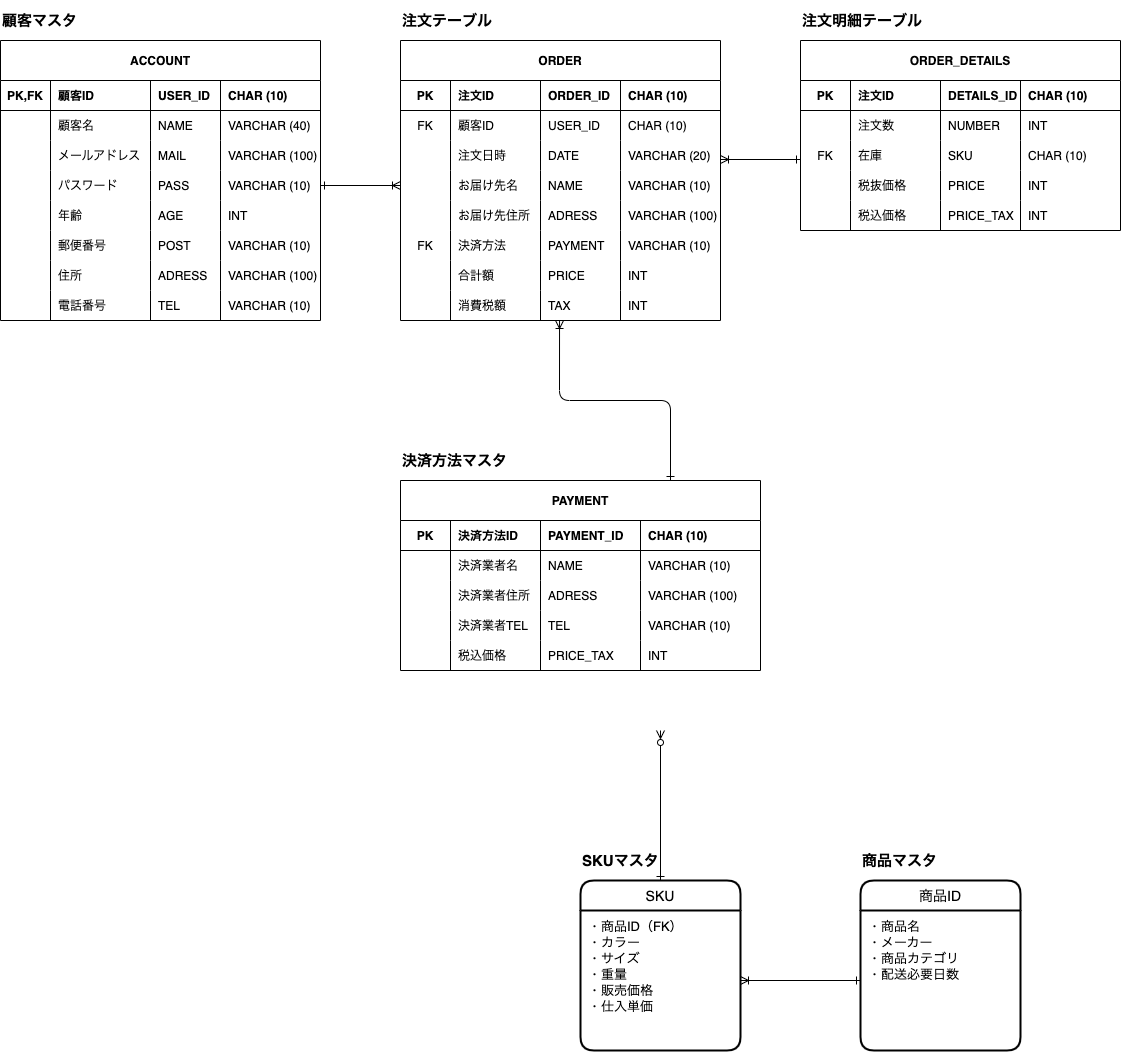
Before: portfolio.drawio.png, a diagram exported from draw.io (june1983/java). Source tidied: cells renumbered, new cells last; positions are measured from the earlier drawing's top-left corner, leaving out a move shared by most shapes.
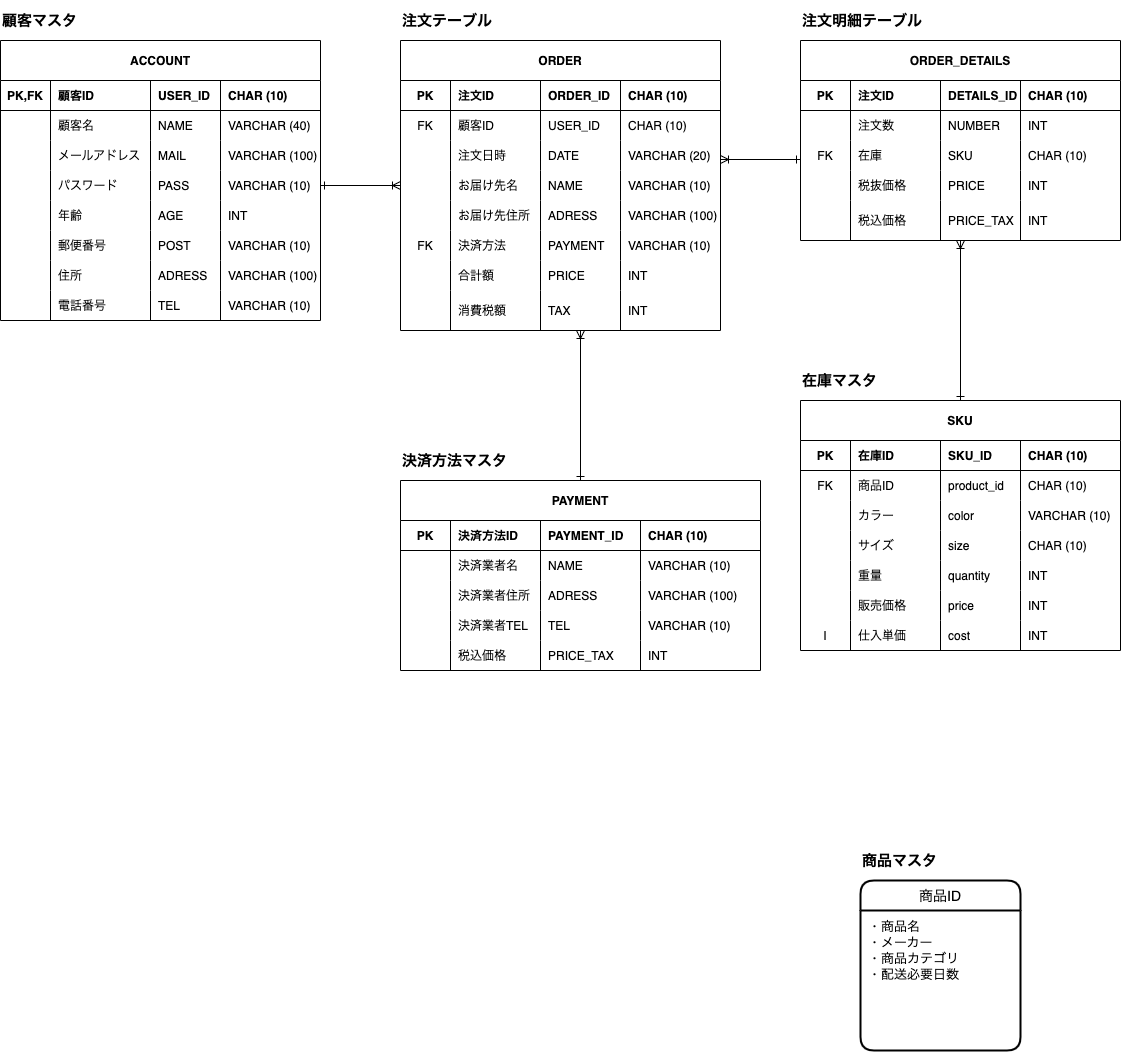
The same file after the commit.

Commit message:
portfolio.drawio.png を更新します

Diff of the diagram source:
```diff
@@ -3,25 +3,8 @@
     <mxCell id="0" />
     <mxCell id="1" parent="0" />
     <mxCell id="2" value="&lt;font style=&quot;font-size: 15px;&quot;&gt;顧客マスタ&lt;/font&gt;" style="text;strokeColor=none;fillColor=none;html=1;fontSize=15;fontStyle=1;verticalAlign=middle;align=left;" parent="1" vertex="1">
-      <mxGeometry width="160" height="40" as="geometry" />
+      <mxGeometry width="80" height="40" as="geometry" />
     </mxCell>
-    <mxCell id="3" style="edgeStyle=orthogonalEdgeStyle;rounded=1;jettySize=auto;html=1;fontSize=13;startArrow=ERone;startFill=0;endArrow=ERzeroToMany;endFill=0;strokeColor=default;" parent="1" edge="1" source="4" target="7">
-      <mxGeometry relative="1" as="geometry" />
-    </mxCell>
-    <mxCell id="4" value="&lt;font style=&quot;font-size: 15px;&quot;&gt;SKUマスタ&lt;/font&gt;" style="text;strokeColor=none;fillColor=none;html=1;fontSize=15;fontStyle=1;verticalAlign=middle;align=left;" parent="1" vertex="1">
-      <mxGeometry x="580" y="840" width="160" height="40" as="geometry" />
-    </mxCell>
-    <mxCell id="5" style="edgeStyle=orthogonalEdgeStyle;rounded=1;jettySize=auto;html=1;exitX=0.5;exitY=0;exitDx=0;exitDy=0;entryX=0.5;entryY=1;entryDx=0;entryDy=0;fontSize=13;startArrow=ERone;startFill=0;endArrow=ERzeroToMany;endFill=0;strokeColor=default;" parent="1" edge="1" source="6">
-      <mxGeometry relative="1" as="geometry">
-        <mxPoint x="660" y="730" as="targetPoint" />
-      </mxGeometry>
-    </mxCell>
-    <mxCell id="6" value="SKU" style="swimlane;horizontal=1;startSize=30;rounded=1;fontSize=14;fontStyle=0;strokeWidth=2;shadow=0;dashed=0;align=center;" parent="1" vertex="1">
-      <mxGeometry x="580" y="880" width="160" height="170" as="geometry" />
-    </mxCell>
-    <mxCell id="7" value="・商品ID（FK）&#10;・カラー&#10;・サイズ&#10;・重量&#10;・販売価格&#10;・仕入単価&#10;&#10;" style="align=left;strokeColor=none;fillColor=none;spacingLeft=4;fontSize=13;verticalAlign=top;spacing=4;" parent="6" vertex="1">
-      <mxGeometry y="30" width="160" height="140" as="geometry" />
-    </mxCell>
     <mxCell id="8" value="&lt;span style=&quot;font-size: 15px;&quot;&gt;商品マスタ&lt;/span&gt;" style="text;strokeColor=none;fillColor=none;html=1;fontSize=15;fontStyle=1;verticalAlign=middle;align=left;" parent="1" vertex="1">
       <mxGeometry x="860" y="840" width="160" height="40" as="geometry" />
     </mxCell>
@@ -31,9 +14,6 @@
     <mxCell id="10" value="・商品名&#10;・メーカー&#10;・商品カテゴリ&#10;・配送必要日数&#10;" style="align=left;strokeColor=none;fillColor=none;spacingLeft=4;fontSize=13;verticalAlign=top;spacing=4;" parent="9" vertex="1">
       <mxGeometry y="30" width="160" height="140" as="geometry" />
     </mxCell>
-    <mxCell id="11" style="edgeStyle=orthogonalEdgeStyle;rounded=1;jettySize=auto;html=1;exitX=0;exitY=0.5;exitDx=0;exitDy=0;entryX=1;entryY=0.5;entryDx=0;entryDy=0;fontSize=15;startArrow=ERone;startFill=0;endArrow=ERoneToMany;endFill=0;strokeColor=default;" parent="1" edge="1" source="10" target="7">
-      <mxGeometry relative="1" as="geometry" />
-    </mxCell>
     <mxCell id="12" value="ACCOUNT" style="shape=table;startSize=40;rowLines=0;fontStyle=1;align=center;fontSize=12;" parent="1" vertex="1">
       <mxGeometry y="40" width="320" height="280" as="geometry" />
     </mxCell>
@@ -158,10 +138,10 @@
       <mxGeometry x="220" width="100" height="30" as="geometry" />
     </mxCell>
     <mxCell id="53" value="注文テーブル" style="text;strokeColor=none;fillColor=none;html=1;fontSize=15;fontStyle=1;verticalAlign=middle;align=left;" parent="1" vertex="1">
-      <mxGeometry x="400" width="160" height="40" as="geometry" />
+      <mxGeometry x="400" width="120" height="40" as="geometry" />
     </mxCell>
     <mxCell id="54" value="ORDER" style="shape=table;startSize=40;rowLines=0;fontStyle=1;align=center;fontSize=12;" parent="1" vertex="1">
-      <mxGeometry x="400" y="40" width="320" height="280" as="geometry" />
+      <mxGeometry x="400" y="40" width="320" height="290" as="geometry" />
     </mxCell>
     <mxCell id="55" style="shape=partialRectangle;fillColor=none;top=0;left=0;bottom=1;right=0;fontSize=13;" parent="54" vertex="1">
       <mxGeometry y="40" width="320" height="30" as="geometry" />
@@ -269,25 +249,25 @@
       <mxGeometry x="220" width="100" height="30" as="geometry" />
     </mxCell>
     <mxCell id="90" style="shape=partialRectangle;fillColor=none;top=0;left=0;bottom=0;right=0;points=[[0,0.5],[1,0.5]];portConstraint=eastwest;fontSize=15;" parent="54" vertex="1">
-      <mxGeometry y="250" width="320" height="30" as="geometry" />
+      <mxGeometry y="250" width="320" height="40" as="geometry" />
     </mxCell>
     <mxCell id="91" style="shape=partialRectangle;fillColor=none;top=0;left=0;bottom=0;right=0;overflow=hidden;fontSize=12;" parent="90" vertex="1">
-      <mxGeometry width="50" height="30" as="geometry" />
+      <mxGeometry width="50" height="40" as="geometry" />
     </mxCell>
     <mxCell id="92" value="消費税額" style="shape=partialRectangle;fillColor=none;top=0;left=0;bottom=0;right=0;align=left;spacingLeft=6;overflow=hidden;fontSize=12;" parent="90" vertex="1">
-      <mxGeometry x="50" width="90" height="30" as="geometry" />
+      <mxGeometry x="50" width="90" height="40" as="geometry" />
     </mxCell>
     <mxCell id="93" value="TAX" style="shape=partialRectangle;fillColor=none;top=0;left=0;bottom=0;right=0;align=left;spacingLeft=6;overflow=hidden;fontSize=12;" parent="90" vertex="1">
-      <mxGeometry x="140" width="80" height="30" as="geometry" />
+      <mxGeometry x="140" width="80" height="40" as="geometry" />
     </mxCell>
     <mxCell id="94" value="INT" style="shape=partialRectangle;fillColor=none;top=0;left=0;bottom=0;right=0;align=left;spacingLeft=6;overflow=hidden;fontSize=12;" parent="90" vertex="1">
-      <mxGeometry x="220" width="100" height="30" as="geometry" />
+      <mxGeometry x="220" width="100" height="40" as="geometry" />
     </mxCell>
     <mxCell id="95" value="注文明細テーブル" style="text;strokeColor=none;fillColor=none;html=1;fontSize=15;fontStyle=1;verticalAlign=middle;align=left;" parent="1" vertex="1">
       <mxGeometry x="800" width="160" height="40" as="geometry" />
     </mxCell>
     <mxCell id="96" value="ORDER_DETAILS" style="shape=table;startSize=40;rowLines=0;fontStyle=1;align=center;fontSize=12;" parent="1" vertex="1">
-      <mxGeometry x="800" y="40" width="320" height="190" as="geometry" />
+      <mxGeometry x="800" y="40" width="320" height="200" as="geometry" />
     </mxCell>
     <mxCell id="97" style="shape=partialRectangle;fillColor=none;top=0;left=0;bottom=1;right=0;fontSize=13;" parent="96" vertex="1">
       <mxGeometry y="40" width="320" height="30" as="geometry" />
@@ -350,19 +330,19 @@
       <mxGeometry x="220" width="100" height="30" as="geometry" />
     </mxCell>
     <mxCell id="117" style="shape=partialRectangle;fillColor=none;top=0;left=0;bottom=0;right=0;fontSize=15;" parent="96" vertex="1">
-      <mxGeometry y="160" width="320" height="30" as="geometry" />
+      <mxGeometry y="160" width="320" height="40" as="geometry" />
     </mxCell>
     <mxCell id="118" style="shape=partialRectangle;fillColor=none;top=0;left=0;bottom=0;right=0;overflow=hidden;fontSize=12;" parent="117" vertex="1">
-      <mxGeometry width="50" height="30" as="geometry" />
+      <mxGeometry width="50" height="40" as="geometry" />
     </mxCell>
     <mxCell id="119" value="税込価格" style="shape=partialRectangle;fillColor=none;top=0;left=0;bottom=0;right=0;align=left;spacingLeft=6;overflow=hidden;fontSize=12;" parent="117" vertex="1">
-      <mxGeometry x="50" width="90" height="30" as="geometry" />
+      <mxGeometry x="50" width="90" height="40" as="geometry" />
     </mxCell>
     <mxCell id="120" value="PRICE_TAX" style="shape=partialRectangle;fillColor=none;top=0;left=0;bottom=0;right=0;align=left;spacingLeft=6;overflow=hidden;fontSize=12;" parent="117" vertex="1">
-      <mxGeometry x="140" width="80" height="30" as="geometry" />
+      <mxGeometry x="140" width="80" height="40" as="geometry" />
     </mxCell>
     <mxCell id="121" value="INT" style="shape=partialRectangle;fillColor=none;top=0;left=0;bottom=0;right=0;align=left;spacingLeft=6;overflow=hidden;fontSize=12;" parent="117" vertex="1">
-      <mxGeometry x="220" width="100" height="30" as="geometry" />
+      <mxGeometry x="220" width="100" height="40" as="geometry" />
     </mxCell>
     <mxCell id="122" style="edgeStyle=orthogonalEdgeStyle;rounded=1;orthogonalLoop=1;jettySize=auto;html=1;exitX=0;exitY=0.5;exitDx=0;exitDy=0;entryX=1;entryY=0.5;entryDx=0;entryDy=0;fontSize=12;startArrow=ERone;startFill=0;endArrow=ERoneToMany;endFill=0;strokeColor=default;" parent="1" edge="1">
       <mxGeometry relative="1" as="geometry">
@@ -371,11 +351,13 @@
       </mxGeometry>
     </mxCell>
     <mxCell id="123" value="決済方法マスタ" style="text;strokeColor=none;fillColor=none;html=1;fontSize=15;fontStyle=1;verticalAlign=middle;align=left;" parent="1" vertex="1">
-      <mxGeometry x="400" y="440" width="160" height="40" as="geometry" />
+      <mxGeometry x="400" y="440" width="120" height="40" as="geometry" />
     </mxCell>
-    <mxCell id="124" style="edgeStyle=orthogonalEdgeStyle;rounded=1;jettySize=auto;html=1;exitX=0.75;exitY=0;exitDx=0;exitDy=0;entryX=0.497;entryY=1;entryDx=0;entryDy=0;entryPerimeter=0;fontSize=12;startArrow=ERone;startFill=0;endArrow=ERoneToMany;endFill=0;strokeColor=default;" parent="1" edge="1" source="125" target="90">
-      <mxGeometry relative="1" as="geometry" />
-    </mxCell>
+    <mxCell id="152" style="edgeStyle=orthogonalEdgeStyle;rounded=1;jettySize=auto;html=1;exitX=0.5;exitY=0;exitDx=0;exitDy=0;fontSize=12;startArrow=ERone;startFill=0;endArrow=ERoneToMany;endFill=0;strokeColor=default;" parent="1" edge="1" source="125">
+      <mxGeometry relative="1" as="geometry">
+        <mxPoint x="580" y="330" as="targetPoint" />
+      </mxGeometry>
+    </mxCell>
     <mxCell id="125" value="PAYMENT" style="shape=table;startSize=40;rowLines=0;fontStyle=1;align=center;fontSize=12;" parent="1" vertex="1">
       <mxGeometry x="400" y="480" width="360" height="190" as="geometry" />
     </mxCell>
@@ -457,5 +439,121 @@
     <mxCell id="151" style="edgeStyle=orthogonalEdgeStyle;rounded=1;jettySize=auto;html=1;exitX=1;exitY=0.5;exitDx=0;exitDy=0;entryX=0;entryY=0.5;entryDx=0;entryDy=0;fontSize=12;startArrow=ERone;startFill=0;endArrow=ERoneToMany;endFill=0;strokeColor=default;" parent="1" edge="1" source="28" target="70">
       <mxGeometry relative="1" as="geometry" />
     </mxCell>
+    <mxCell id="153" value="在庫マスタ" style="text;strokeColor=none;fillColor=none;html=1;fontSize=15;fontStyle=1;verticalAlign=middle;align=left;" parent="1" vertex="1">
+      <mxGeometry x="800" y="360" width="80" height="40" as="geometry" />
+    </mxCell>
+    <mxCell id="154" style="edgeStyle=orthogonalEdgeStyle;rounded=1;jettySize=auto;html=1;exitX=0.5;exitY=0;exitDx=0;exitDy=0;fontSize=12;startArrow=ERone;startFill=0;endArrow=ERoneToMany;endFill=0;strokeColor=default;" parent="1" edge="1" source="6">
+      <mxGeometry relative="1" as="geometry">
+        <mxPoint x="960" y="240" as="targetPoint" />
+      </mxGeometry>
+    </mxCell>
+    <mxCell id="6" value="SKU" style="shape=table;startSize=40;rowLines=0;fontStyle=1;align=center;fontSize=12;" parent="1" vertex="1">
+      <mxGeometry x="800" y="400" width="320" height="250" as="geometry" />
+    </mxCell>
+    <mxCell id="155" style="shape=partialRectangle;fillColor=none;top=0;left=0;bottom=1;right=0;fontSize=13;" parent="6" vertex="1">
+      <mxGeometry y="40" width="320" height="30" as="geometry" />
+    </mxCell>
+    <mxCell id="156" value="PK" style="shape=partialRectangle;fillColor=none;top=0;left=0;bottom=0;right=0;fontStyle=1;overflow=hidden;fontSize=12;" parent="155" vertex="1">
+      <mxGeometry width="50" height="30" as="geometry" />
+    </mxCell>
+    <mxCell id="157" value="在庫ID" style="shape=partialRectangle;fillColor=none;top=0;left=0;bottom=0;right=0;align=left;spacingLeft=6;fontStyle=1;overflow=hidden;fontSize=12;" parent="155" vertex="1">
+      <mxGeometry x="50" width="90" height="30" as="geometry" />
+    </mxCell>
+    <mxCell id="158" value="SKU_ID" style="shape=partialRectangle;fillColor=none;top=0;left=0;bottom=0;right=0;align=left;spacingLeft=6;fontStyle=1;overflow=hidden;fontSize=12;" parent="155" vertex="1">
+      <mxGeometry x="140" width="80" height="30" as="geometry" />
+    </mxCell>
+    <mxCell id="159" value="CHAR (10)" style="shape=partialRectangle;fillColor=none;top=0;left=0;bottom=0;right=0;align=left;spacingLeft=6;fontStyle=1;overflow=hidden;fontSize=12;" parent="155" vertex="1">
+      <mxGeometry x="220" width="100" height="30" as="geometry" />
+    </mxCell>
+    <mxCell id="160" style="shape=partialRectangle;fillColor=none;top=0;left=0;bottom=0;right=0;fontSize=15;" parent="6" vertex="1">
+      <mxGeometry y="70" width="320" height="30" as="geometry" />
+    </mxCell>
+    <mxCell id="161" value="FK" style="shape=partialRectangle;fillColor=none;top=0;left=0;bottom=0;right=0;overflow=hidden;fontSize=12;" parent="160" vertex="1">
+      <mxGeometry width="50" height="30" as="geometry" />
+    </mxCell>
+    <mxCell id="162" value="商品ID" style="shape=partialRectangle;fillColor=none;top=0;left=0;bottom=0;right=0;align=left;spacingLeft=6;overflow=hidden;fontSize=12;" parent="160" vertex="1">
+      <mxGeometry x="50" width="90" height="30" as="geometry" />
+    </mxCell>
+    <mxCell id="163" value="product_id" style="shape=partialRectangle;fillColor=none;top=0;left=0;bottom=0;right=0;align=left;spacingLeft=6;overflow=hidden;fontSize=12;" parent="160" vertex="1">
+      <mxGeometry x="140" width="80" height="30" as="geometry" />
+    </mxCell>
+    <mxCell id="164" value="CHAR (10)" style="shape=partialRectangle;fillColor=none;top=0;left=0;bottom=0;right=0;align=left;spacingLeft=6;overflow=hidden;fontSize=12;" parent="160" vertex="1">
+      <mxGeometry x="220" width="100" height="30" as="geometry" />
+    </mxCell>
+    <mxCell id="165" style="shape=partialRectangle;fillColor=none;top=0;left=0;bottom=0;right=0;fontSize=15;" parent="6" vertex="1">
+      <mxGeometry y="100" width="320" height="30" as="geometry" />
+    </mxCell>
+    <mxCell id="166" style="shape=partialRectangle;fillColor=none;top=0;left=0;bottom=0;right=0;overflow=hidden;fontSize=12;" parent="165" vertex="1">
+      <mxGeometry width="50" height="30" as="geometry" />
+    </mxCell>
+    <mxCell id="167" value="カラー" style="shape=partialRectangle;fillColor=none;top=0;left=0;bottom=0;right=0;align=left;spacingLeft=6;overflow=hidden;fontSize=12;" parent="165" vertex="1">
+      <mxGeometry x="50" width="90" height="30" as="geometry" />
+    </mxCell>
+    <mxCell id="168" value="color" style="shape=partialRectangle;fillColor=none;top=0;left=0;bottom=0;right=0;align=left;spacingLeft=6;overflow=hidden;fontSize=12;" parent="165" vertex="1">
+      <mxGeometry x="140" width="80" height="30" as="geometry" />
+    </mxCell>
+    <mxCell id="169" value="VARCHAR (10)" style="shape=partialRectangle;fillColor=none;top=0;left=0;bottom=0;right=0;align=left;spacingLeft=6;overflow=hidden;fontSize=12;" parent="165" vertex="1">
+      <mxGeometry x="220" width="100" height="30" as="geometry" />
+    </mxCell>
+    <mxCell id="170" style="shape=partialRectangle;fillColor=none;top=0;left=0;bottom=0;right=0;fontSize=15;" parent="6" vertex="1">
+      <mxGeometry y="130" width="320" height="30" as="geometry" />
+    </mxCell>
+    <mxCell id="171" style="shape=partialRectangle;fillColor=none;top=0;left=0;bottom=0;right=0;overflow=hidden;fontSize=12;" parent="170" vertex="1">
+      <mxGeometry width="50" height="30" as="geometry" />
+    </mxCell>
+    <mxCell id="172" value="サイズ" style="shape=partialRectangle;fillColor=none;top=0;left=0;bottom=0;right=0;align=left;spacingLeft=6;overflow=hidden;fontSize=12;" parent="170" vertex="1">
+      <mxGeometry x="50" width="90" height="30" as="geometry" />
+    </mxCell>
+    <mxCell id="173" value="size" style="shape=partialRectangle;fillColor=none;top=0;left=0;bottom=0;right=0;align=left;spacingLeft=6;overflow=hidden;fontSize=12;" parent="170" vertex="1">
+      <mxGeometry x="140" width="80" height="30" as="geometry" />
+    </mxCell>
+    <mxCell id="174" value="CHAR (10)" style="shape=partialRectangle;fillColor=none;top=0;left=0;bottom=0;right=0;align=left;spacingLeft=6;overflow=hidden;fontSize=12;" parent="170" vertex="1">
+      <mxGeometry x="220" width="100" height="30" as="geometry" />
+    </mxCell>
+    <mxCell id="175" style="shape=partialRectangle;fillColor=none;top=0;left=0;bottom=0;right=0;fontSize=15;" parent="6" vertex="1">
+      <mxGeometry y="160" width="320" height="30" as="geometry" />
+    </mxCell>
+    <mxCell id="176" style="shape=partialRectangle;fillColor=none;top=0;left=0;bottom=0;right=0;overflow=hidden;fontSize=12;" parent="175" vertex="1">
+      <mxGeometry width="50" height="30" as="geometry" />
+    </mxCell>
+    <mxCell id="177" value="重量" style="shape=partialRectangle;fillColor=none;top=0;left=0;bottom=0;right=0;align=left;spacingLeft=6;overflow=hidden;fontSize=12;" parent="175" vertex="1">
+      <mxGeometry x="50" width="90" height="30" as="geometry" />
+    </mxCell>
+    <mxCell id="178" value="quantity" style="shape=partialRectangle;fillColor=none;top=0;left=0;bottom=0;right=0;align=left;spacingLeft=6;overflow=hidden;fontSize=12;" parent="175" vertex="1">
+      <mxGeometry x="140" width="80" height="30" as="geometry" />
+    </mxCell>
+    <mxCell id="179" value="INT" style="shape=partialRectangle;fillColor=none;top=0;left=0;bottom=0;right=0;align=left;spacingLeft=6;overflow=hidden;fontSize=12;" parent="175" vertex="1">
+      <mxGeometry x="220" width="100" height="30" as="geometry" />
+    </mxCell>
+    <mxCell id="180" style="shape=partialRectangle;fillColor=none;top=0;left=0;bottom=0;right=0;fontSize=15;" parent="6" vertex="1">
+      <mxGeometry y="190" width="320" height="30" as="geometry" />
+    </mxCell>
+    <mxCell id="181" style="shape=partialRectangle;fillColor=none;top=0;left=0;bottom=0;right=0;overflow=hidden;fontSize=12;" parent="180" vertex="1">
+      <mxGeometry width="50" height="30" as="geometry" />
+    </mxCell>
+    <mxCell id="182" value="販売価格" style="shape=partialRectangle;fillColor=none;top=0;left=0;bottom=0;right=0;align=left;spacingLeft=6;overflow=hidden;fontSize=12;" parent="180" vertex="1">
+      <mxGeometry x="50" width="90" height="30" as="geometry" />
+    </mxCell>
+    <mxCell id="183" value="price" style="shape=partialRectangle;fillColor=none;top=0;left=0;bottom=0;right=0;align=left;spacingLeft=6;overflow=hidden;fontSize=12;" parent="180" vertex="1">
+      <mxGeometry x="140" width="80" height="30" as="geometry" />
+    </mxCell>
+    <mxCell id="184" value="INT" style="shape=partialRectangle;fillColor=none;top=0;left=0;bottom=0;right=0;align=left;spacingLeft=6;overflow=hidden;fontSize=12;" parent="180" vertex="1">
+      <mxGeometry x="220" width="100" height="30" as="geometry" />
+    </mxCell>
+    <mxCell id="185" style="shape=partialRectangle;fillColor=none;top=0;left=0;bottom=0;right=0;fontSize=15;" parent="6" vertex="1">
+      <mxGeometry y="220" width="320" height="30" as="geometry" />
+    </mxCell>
+    <mxCell id="186" value="I" style="shape=partialRectangle;fillColor=none;top=0;left=0;bottom=0;right=0;overflow=hidden;fontSize=12;" parent="185" vertex="1">
+      <mxGeometry width="50" height="30" as="geometry" />
+    </mxCell>
+    <mxCell id="187" value="仕入単価" style="shape=partialRectangle;fillColor=none;top=0;left=0;bottom=0;right=0;align=left;spacingLeft=6;overflow=hidden;fontSize=12;" parent="185" vertex="1">
+      <mxGeometry x="50" width="90" height="30" as="geometry" />
+    </mxCell>
+    <mxCell id="188" value="cost" style="shape=partialRectangle;fillColor=none;top=0;left=0;bottom=0;right=0;align=left;spacingLeft=6;overflow=hidden;fontSize=12;" parent="185" vertex="1">
+      <mxGeometry x="140" width="80" height="30" as="geometry" />
+    </mxCell>
+    <mxCell id="189" value="INT" style="shape=partialRectangle;fillColor=none;top=0;left=0;bottom=0;right=0;align=left;spacingLeft=6;overflow=hidden;fontSize=12;" parent="185" vertex="1">
+      <mxGeometry x="220" width="100" height="30" as="geometry" />
+    </mxCell>
   </root>
 </mxGraphModel>
```
